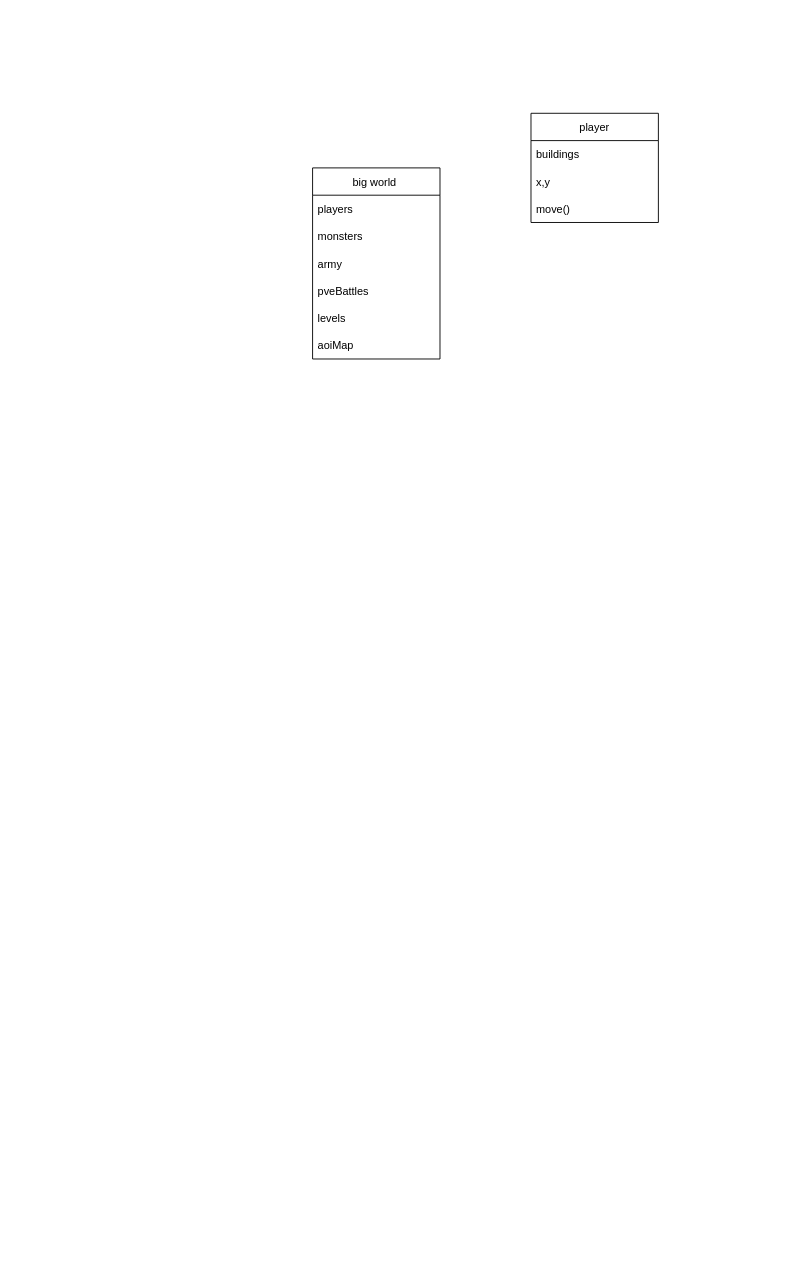
Before: Untitled Diagram.drawio in LiuBaiSMD/drawIO, a draw.io diagram. Source tidied: cells renumbered, new cells numbered last; positions are measured from the earlier drawing's top-left corner, leaving out a move shared by most shapes. Both pictures are drawn from the tidied source at 91%, with x=0, y=0 at pixel (312, 113).
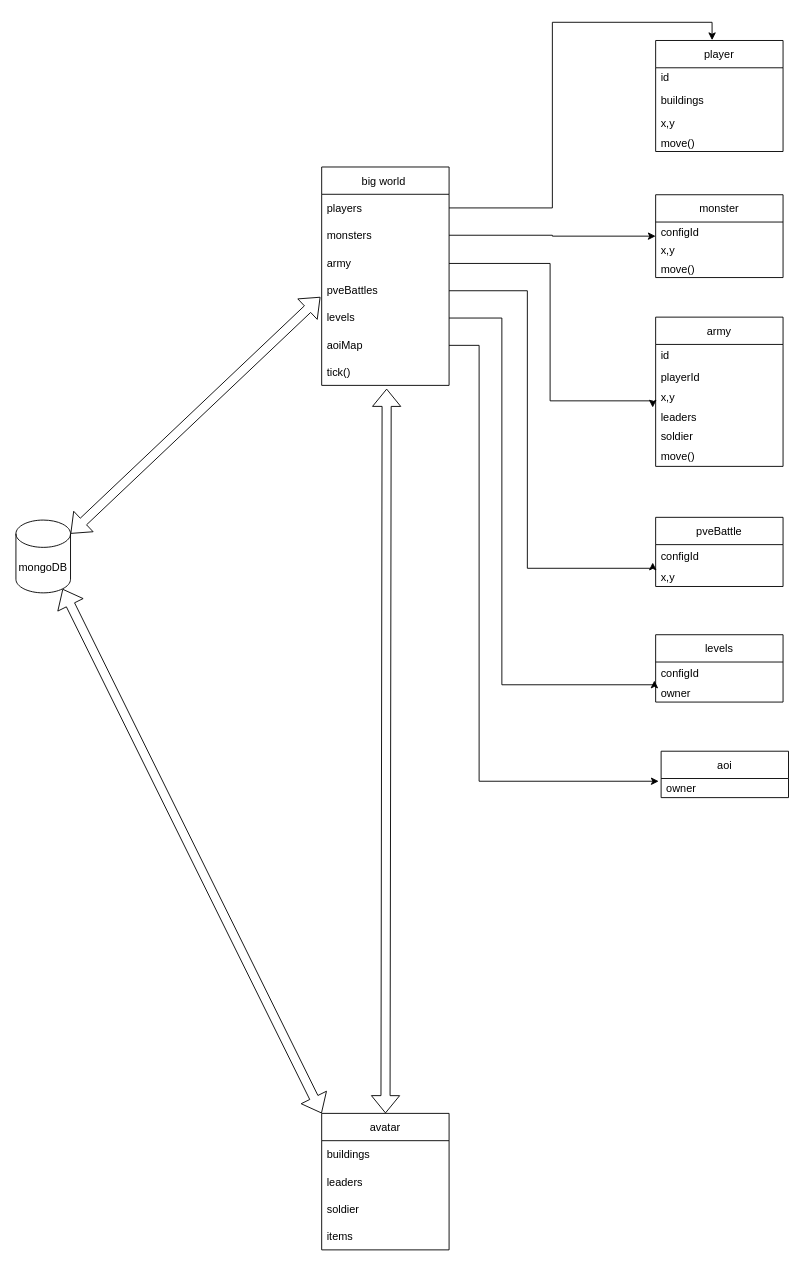
Above is the later version.

The change refers to these unchanged cells:
```xml
<mxCell id="3" value="players" style="text;strokeColor=none;fillColor=none;align=left;verticalAlign=middle;spacingLeft=4;spacingRight=4;overflow=hidden;points=[[0,0.5],[1,0.5]];portConstraint=eastwest;" parent="2" vertex="1">
  <mxGeometry y="30" width="140" height="30" as="geometry" />
</mxCell>
<mxCell id="4" value="monsters" style="text;strokeColor=none;fillColor=none;align=left;verticalAlign=middle;spacingLeft=4;spacingRight=4;overflow=hidden;points=[[0,0.5],[1,0.5]];portConstraint=eastwest;" parent="2" vertex="1">
  <mxGeometry y="60" width="140" height="30" as="geometry" />
</mxCell>
<mxCell id="5" value="army" style="text;strokeColor=none;fillColor=none;align=left;verticalAlign=middle;spacingLeft=4;spacingRight=4;overflow=hidden;points=[[0,0.5],[1,0.5]];portConstraint=eastwest;" parent="2" vertex="1">
  <mxGeometry y="90" width="140" height="30" as="geometry" />
</mxCell>
<mxCell id="6" value="pveBattles" style="text;strokeColor=none;fillColor=none;align=left;verticalAlign=middle;spacingLeft=4;spacingRight=4;overflow=hidden;points=[[0,0.5],[1,0.5]];portConstraint=eastwest;" parent="2" vertex="1">
  <mxGeometry y="120" width="140" height="30" as="geometry" />
</mxCell>
<mxCell id="7" value="levels" style="text;strokeColor=none;fillColor=none;align=left;verticalAlign=middle;spacingLeft=4;spacingRight=4;overflow=hidden;points=[[0,0.5],[1,0.5]];portConstraint=eastwest;" parent="2" vertex="1">
  <mxGeometry y="150" width="140" height="30" as="geometry" />
</mxCell>
<mxCell id="8" value="aoiMap" style="text;strokeColor=none;fillColor=none;align=left;verticalAlign=middle;spacingLeft=4;spacingRight=4;overflow=hidden;points=[[0,0.5],[1,0.5]];portConstraint=eastwest;" parent="2" vertex="1">
  <mxGeometry y="180" width="140" height="30" as="geometry" />
</mxCell>
```

Change to the diagram source:
```diff
@@
     <mxCell id="2" value="big world " style="swimlane;fontStyle=0;horizontal=1;startSize=30;" parent="1" vertex="1">
-      <mxGeometry y="60" width="140" height="210" as="geometry" />
+      <mxGeometry x="10" y="59" width="140" height="240" as="geometry" />
     </mxCell>
@@
+    <mxCell id="13" value="tick()" style="text;strokeColor=none;fillColor=none;align=left;verticalAlign=middle;spacingLeft=4;spacingRight=4;overflow=hidden;points=[[0,0.5],[1,0.5]];portConstraint=eastwest;" parent="2" vertex="1">
+      <mxGeometry y="210" width="140" height="30" as="geometry" />
+    </mxCell>
     <mxCell id="9" value="player" style="swimlane;fontStyle=0;horizontal=1;startSize=30;" parent="1" vertex="1">
-      <mxGeometry x="240" width="140" height="120" as="geometry" />
+      <mxGeometry x="377" y="-80" width="140" height="122" as="geometry" />
     </mxCell>
+    <mxCell id="14" value="id" style="text;strokeColor=none;fillColor=none;align=left;verticalAlign=middle;spacingLeft=4;spacingRight=4;overflow=hidden;" parent="9" vertex="1">
+      <mxGeometry y="30" width="140" height="20" as="geometry" />
+    </mxCell>
     <mxCell id="10" value="buildings" style="text;strokeColor=none;fillColor=none;align=left;verticalAlign=middle;spacingLeft=4;spacingRight=4;overflow=hidden;" parent="9" vertex="1">
-      <mxGeometry y="30" width="140" height="30" as="geometry" />
+      <mxGeometry y="50" width="140" height="30" as="geometry" />
     </mxCell>
     <mxCell id="11" value="x,y" style="text;strokeColor=none;fillColor=none;align=left;verticalAlign=middle;spacingLeft=4;spacingRight=4;overflow=hidden;" parent="9" vertex="1">
-      <mxGeometry y="60" width="140" height="30" as="geometry" />
+      <mxGeometry y="80" width="140" height="22" as="geometry" />
     </mxCell>
     <mxCell id="12" value="move()" style="text;strokeColor=none;fillColor=none;align=left;verticalAlign=middle;spacingLeft=4;spacingRight=4;overflow=hidden;" parent="9" vertex="1">
-      <mxGeometry y="90" width="140" height="30" as="geometry" />
+      <mxGeometry y="102" width="140" height="20" as="geometry" />
     </mxCell>
+    <mxCell id="15" value="monster" style="swimlane;fontStyle=0;horizontal=1;startSize=30;" parent="1" vertex="1">
+      <mxGeometry x="377" y="89.5" width="140" height="91" as="geometry" />
+    </mxCell>
+    <mxCell id="16" value="configId" style="text;strokeColor=none;fillColor=none;align=left;verticalAlign=middle;spacingLeft=4;spacingRight=4;overflow=hidden;" parent="15" vertex="1">
+      <mxGeometry y="30" width="140" height="21" as="geometry" />
+    </mxCell>
+    <mxCell id="17" value="x,y" style="text;strokeColor=none;fillColor=none;align=left;verticalAlign=middle;spacingLeft=4;spacingRight=4;overflow=hidden;" parent="15" vertex="1">
+      <mxGeometry y="51" width="140" height="20" as="geometry" />
+    </mxCell>
+    <mxCell id="18" value="move()" style="text;strokeColor=none;fillColor=none;align=left;verticalAlign=middle;spacingLeft=4;spacingRight=4;overflow=hidden;" parent="15" vertex="1">
+      <mxGeometry y="71" width="140" height="20" as="geometry" />
+    </mxCell>
+    <mxCell id="19" value="army" style="swimlane;fontStyle=0;horizontal=1;startSize=30;" parent="1" vertex="1">
+      <mxGeometry x="377" y="224" width="140" height="164" as="geometry" />
+    </mxCell>
+    <mxCell id="20" value="id" style="text;strokeColor=none;fillColor=none;align=left;verticalAlign=middle;spacingLeft=4;spacingRight=4;overflow=hidden;" parent="19" vertex="1">
+      <mxGeometry y="30" width="140" height="24" as="geometry" />
+    </mxCell>
+    <mxCell id="21" value="playerId" style="text;strokeColor=none;fillColor=none;align=left;verticalAlign=middle;spacingLeft=4;spacingRight=4;overflow=hidden;" parent="19" vertex="1">
+      <mxGeometry y="54" width="140" height="24" as="geometry" />
+    </mxCell>
+    <mxCell id="22" value="x,y" style="text;strokeColor=none;fillColor=none;align=left;verticalAlign=middle;spacingLeft=4;spacingRight=4;overflow=hidden;" parent="19" vertex="1">
+      <mxGeometry y="78" width="140" height="20" as="geometry" />
+    </mxCell>
+    <mxCell id="23" value="leaders" style="text;strokeColor=none;fillColor=none;align=left;verticalAlign=middle;spacingLeft=4;spacingRight=4;overflow=hidden;points=[[0,0.5],[1,0.5]];portConstraint=eastwest;" parent="19" vertex="1">
+      <mxGeometry y="98" width="140" height="23" as="geometry" />
+    </mxCell>
+    <mxCell id="24" value="soldier" style="text;strokeColor=none;fillColor=none;align=left;verticalAlign=middle;spacingLeft=4;spacingRight=4;overflow=hidden;" parent="19" vertex="1">
+      <mxGeometry y="121" width="140" height="20" as="geometry" />
+    </mxCell>
+    <mxCell id="25" value="move()" style="text;strokeColor=none;fillColor=none;align=left;verticalAlign=middle;spacingLeft=4;spacingRight=4;overflow=hidden;" parent="19" vertex="1">
+      <mxGeometry y="141" width="140" height="23" as="geometry" />
+    </mxCell>
+    <mxCell id="26" style="edgeStyle=orthogonalEdgeStyle;rounded=0;jettySize=auto;html=1;entryX=0.443;entryY=-0.003;entryDx=0;entryDy=0;exitX=1;exitY=0.5;exitDx=0;exitDy=0;entryPerimeter=0;" parent="1" edge="1" source="3" target="9">
+      <mxGeometry relative="1" as="geometry" />
+    </mxCell>
+    <mxCell id="27" style="edgeStyle=orthogonalEdgeStyle;rounded=0;jettySize=auto;html=1;" parent="1" edge="1" source="4" target="15">
+      <mxGeometry relative="1" as="geometry" />
+    </mxCell>
+    <mxCell id="28" style="edgeStyle=orthogonalEdgeStyle;rounded=0;jettySize=auto;html=1;entryX=-0.023;entryY=0.06;entryDx=0;entryDy=0;entryPerimeter=0;" parent="1" edge="1" source="5" target="23">
+      <mxGeometry relative="1" as="geometry">
+        <Array as="points">
+          <mxPoint x="261" y="165" />
+          <mxPoint x="261" y="316" />
+        </Array>
+      </mxGeometry>
+    </mxCell>
+    <mxCell id="29" value="pveBattle" style="swimlane;fontStyle=0;horizontal=1;startSize=30;" parent="1" vertex="1">
+      <mxGeometry x="377" y="444" width="140" height="76" as="geometry" />
+    </mxCell>
+    <mxCell id="30" value="configId" style="text;strokeColor=none;fillColor=none;align=left;verticalAlign=middle;spacingLeft=4;spacingRight=4;overflow=hidden;points=[[0,0.5],[1,0.5]];portConstraint=eastwest;" parent="29" vertex="1">
+      <mxGeometry y="30" width="140" height="24" as="geometry" />
+    </mxCell>
+    <mxCell id="31" value="x,y" style="text;strokeColor=none;fillColor=none;align=left;verticalAlign=middle;spacingLeft=4;spacingRight=4;overflow=hidden;" parent="29" vertex="1">
+      <mxGeometry y="54" width="140" height="22" as="geometry" />
+    </mxCell>
+    <mxCell id="32" style="edgeStyle=orthogonalEdgeStyle;rounded=0;jettySize=auto;html=1;entryX=-0.023;entryY=0.82;entryDx=0;entryDy=0;entryPerimeter=0;" parent="1" edge="1" source="6" target="30">
+      <mxGeometry relative="1" as="geometry">
+        <Array as="points">
+          <mxPoint x="236" y="195" />
+          <mxPoint x="236" y="500" />
+          <mxPoint x="374" y="500" />
+        </Array>
+      </mxGeometry>
+    </mxCell>
+    <mxCell id="33" value="levels" style="swimlane;fontStyle=0;horizontal=1;startSize=30;" parent="1" vertex="1">
+      <mxGeometry x="377" y="573" width="140" height="74" as="geometry" />
+    </mxCell>
+    <mxCell id="34" value="configId" style="text;strokeColor=none;fillColor=none;align=left;verticalAlign=middle;spacingLeft=4;spacingRight=4;overflow=hidden;points=[[0,0.5],[1,0.5]];portConstraint=eastwest;" parent="33" vertex="1">
+      <mxGeometry y="30" width="140" height="24" as="geometry" />
+    </mxCell>
+    <mxCell id="35" value="owner" style="text;strokeColor=none;fillColor=none;align=left;verticalAlign=middle;spacingLeft=4;spacingRight=4;overflow=hidden;" parent="33" vertex="1">
+      <mxGeometry y="54" width="140" height="20" as="geometry" />
+    </mxCell>
+    <mxCell id="36" style="edgeStyle=orthogonalEdgeStyle;rounded=0;jettySize=auto;html=1;entryX=-0.01;entryY=0.847;entryDx=0;entryDy=0;entryPerimeter=0;" parent="1" edge="1" source="7" target="34">
+      <mxGeometry relative="1" as="geometry">
+        <Array as="points">
+          <mxPoint x="208" y="225" />
+          <mxPoint x="208" y="628" />
+        </Array>
+      </mxGeometry>
+    </mxCell>
+    <mxCell id="37" value="aoi" style="swimlane;fontStyle=0;horizontal=1;startSize=30;" parent="1" vertex="1">
+      <mxGeometry x="383" y="701" width="140" height="51" as="geometry" />
+    </mxCell>
+    <mxCell id="38" value="owner" style="text;strokeColor=none;fillColor=none;align=left;verticalAlign=middle;spacingLeft=4;spacingRight=4;overflow=hidden;points=[[0,0.5],[1,0.5]];portConstraint=eastwest;" parent="37" vertex="1">
+      <mxGeometry y="30" width="140" height="21" as="geometry" />
+    </mxCell>
+    <mxCell id="39" style="edgeStyle=orthogonalEdgeStyle;rounded=0;jettySize=auto;html=1;entryX=-0.019;entryY=0.143;entryDx=0;entryDy=0;entryPerimeter=0;" parent="1" edge="1" source="8" target="38">
+      <mxGeometry relative="1" as="geometry">
+        <Array as="points">
+          <mxPoint x="183" y="255" />
+          <mxPoint x="183" y="734" />
+        </Array>
+      </mxGeometry>
+    </mxCell>
+    <mxCell id="40" value="avatar" style="swimlane;fontStyle=0;horizontal=1;startSize=30;" parent="1" vertex="1">
+      <mxGeometry x="10" y="1099" width="140" height="150" as="geometry" />
+    </mxCell>
+    <mxCell id="41" value="buildings" style="text;strokeColor=none;fillColor=none;align=left;verticalAlign=middle;spacingLeft=4;spacingRight=4;overflow=hidden;" parent="40" vertex="1">
+      <mxGeometry y="30" width="140" height="30" as="geometry" />
+    </mxCell>
+    <mxCell id="42" value="leaders" style="text;strokeColor=none;fillColor=none;align=left;verticalAlign=middle;spacingLeft=4;spacingRight=4;overflow=hidden;" parent="40" vertex="1">
+      <mxGeometry y="60" width="140" height="30" as="geometry" />
+    </mxCell>
+    <mxCell id="43" value="soldier" style="text;strokeColor=none;fillColor=none;align=left;verticalAlign=middle;spacingLeft=4;spacingRight=4;overflow=hidden;" parent="40" vertex="1">
+      <mxGeometry y="90" width="140" height="30" as="geometry" />
+    </mxCell>
+    <mxCell id="44" value="items" style="text;strokeColor=none;fillColor=none;align=left;verticalAlign=middle;spacingLeft=4;spacingRight=4;overflow=hidden;" parent="40" vertex="1">
+      <mxGeometry y="120" width="140" height="30" as="geometry" />
+    </mxCell>
+    <mxCell id="45" value="mongoDB" style="shape=cylinder3;whiteSpace=wrap;html=1;boundedLbl=1;backgroundOutline=1;size=15;" parent="1" vertex="1">
+      <mxGeometry x="-326" y="447" width="60" height="80" as="geometry" />
+    </mxCell>
+    <mxCell id="46" style="shape=flexArrow;endArrow=classic;startArrow=classic;html=1;rounded=0;entryX=0.51;entryY=1.12;entryDx=0;entryDy=0;entryPerimeter=0;" parent="1" edge="1" source="40" target="13">
+      <mxGeometry relative="1" as="geometry" />
+    </mxCell>
+    <mxCell id="47" style="shape=flexArrow;endArrow=classic;startArrow=classic;html=1;rounded=0;entryX=-0.01;entryY=0.76;entryDx=0;entryDy=0;entryPerimeter=0;exitX=1;exitY=0;exitDx=0;exitDy=15;exitPerimeter=0;" parent="1" edge="1" source="45" target="6">
+      <mxGeometry relative="1" as="geometry" />
+    </mxCell>
+    <mxCell id="48" style="shape=flexArrow;endArrow=classic;startArrow=classic;html=1;rounded=0;entryX=0;entryY=0;entryDx=0;entryDy=0;exitX=0.855;exitY=1;exitDx=0;exitDy=-4.35;exitPerimeter=0;" parent="1" edge="1" source="45" target="40">
+      <mxGeometry relative="1" as="geometry" />
+    </mxCell>
```
